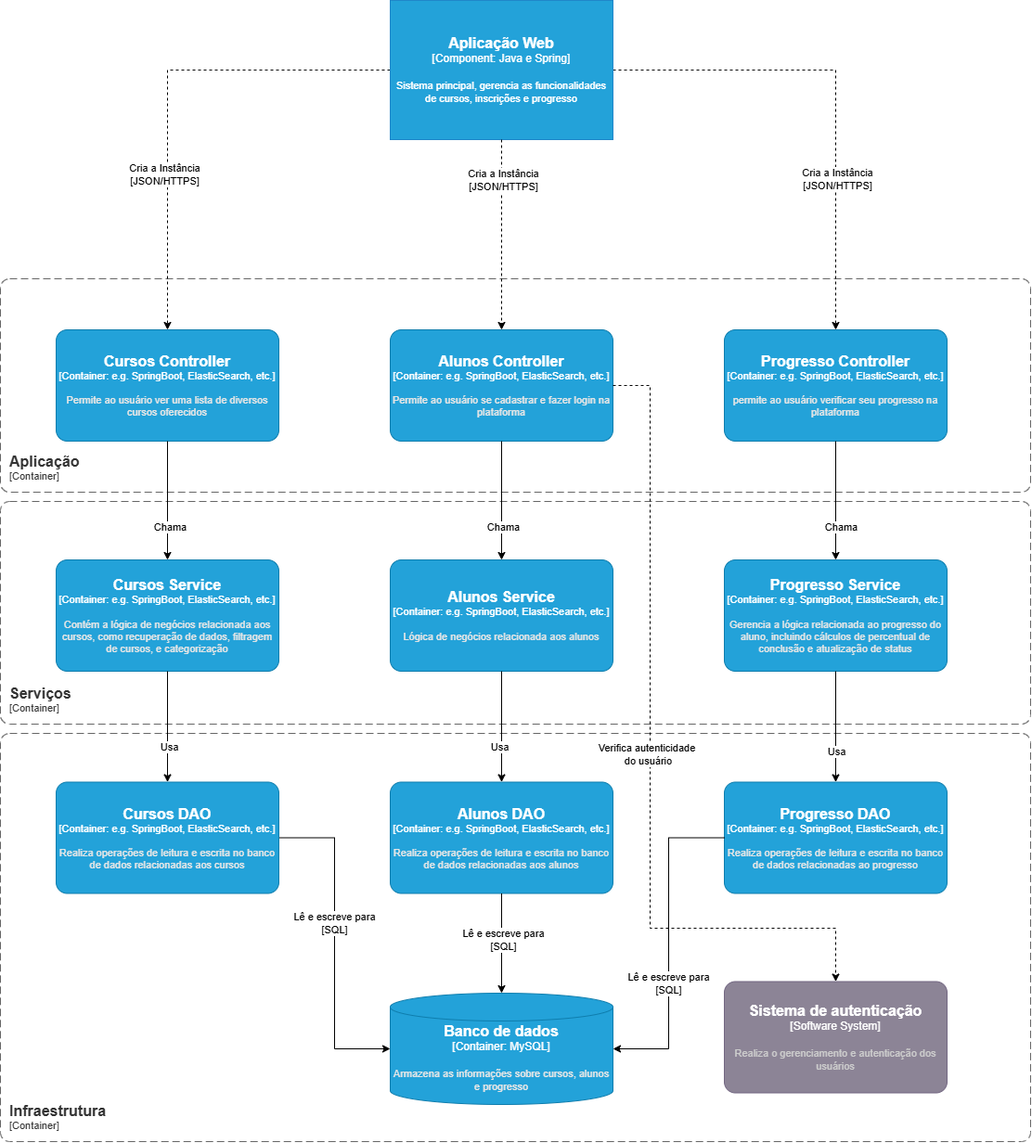
Before: img/componente.png, a diagram exported from draw.io (Lkaazz/plataforma-cursos-c4model). Source tidied: cells renumbered, new cells last; positions are measured from the earlier drawing's top-left corner, leaving out a move shared by most shapes.
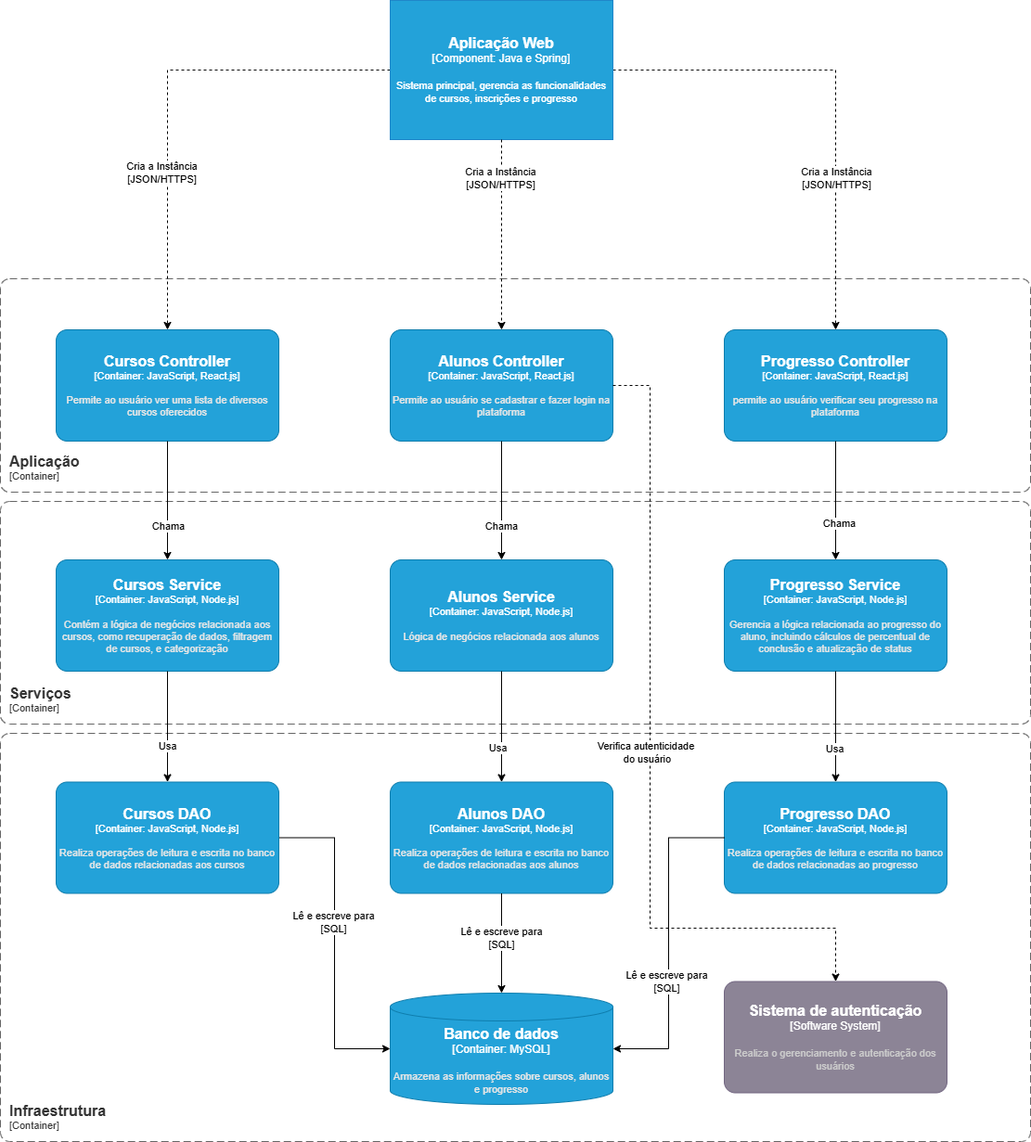
Above is the later version.

Diff of the diagram source:
```diff
@@ -17,27 +17,27 @@
         <mxGeometry x="420" y="1070" width="240" height="120" as="geometry" />
       </mxCell>
     </object>
-    <object id="5" label="&lt;font style=&quot;font-size: 16px&quot;&gt;&lt;b&gt;%c4Name%&lt;/b&gt;&lt;/font&gt;&lt;div&gt;[%c4Type%: %c4Technology%]&lt;/div&gt;&lt;br&gt;&lt;div&gt;&lt;font style=&quot;font-size: 11px&quot;&gt;&lt;font color=&quot;#E6E6E6&quot;&gt;%c4Description%&lt;/font&gt;&lt;/div&gt;" c4Description="Permite ao usuário ver uma lista de diversos cursos oferecidos" c4Name="Cursos Controller" c4Technology="e.g. SpringBoot, ElasticSearch, etc." c4Type="Container" placeholders="1">
+    <object id="5" label="&lt;font style=&quot;font-size: 16px&quot;&gt;&lt;b&gt;%c4Name%&lt;/b&gt;&lt;/font&gt;&lt;div&gt;[%c4Type%: %c4Technology%]&lt;/div&gt;&lt;br&gt;&lt;div&gt;&lt;font style=&quot;font-size: 11px&quot;&gt;&lt;font color=&quot;#E6E6E6&quot;&gt;%c4Description%&lt;/font&gt;&lt;/div&gt;" c4Description="Permite ao usuário ver uma lista de diversos cursos oferecidos" c4Name="Cursos Controller" c4Technology="JavaScript, React.js" c4Type="Container" placeholders="1">
       <mxCell style="rounded=1;whiteSpace=wrap;html=1;fontSize=11;labelBackgroundColor=none;fillColor=#23A2D9;fontColor=#ffffff;align=center;arcSize=10;strokeColor=#0E7DAD;points=[[0.25,0,0],[0.5,0,0],[0.75,0,0],[1,0.25,0],[1,0.5,0],[1,0.75,0],[0.75,1,0],[0.5,1,0],[0.25,1,0],[0,0.75,0],[0,0.5,0],[0,0.25,0]];" parent="1" vertex="1">
         <mxGeometry x="60" y="355" width="240" height="120" as="geometry" />
       </mxCell>
     </object>
-    <object id="6" label="&lt;font style=&quot;font-size: 16px&quot;&gt;&lt;b&gt;%c4Name%&lt;/b&gt;&lt;/font&gt;&lt;div&gt;[%c4Type%: %c4Technology%]&lt;/div&gt;&lt;br&gt;&lt;div&gt;&lt;font style=&quot;font-size: 11px&quot;&gt;&lt;font color=&quot;#E6E6E6&quot;&gt;%c4Description%&lt;/font&gt;&lt;/div&gt;" c4Description="Permite ao usuário se cadastrar e fazer login na plataforma" c4Name="Alunos Controller" c4Technology="e.g. SpringBoot, ElasticSearch, etc." c4Type="Container" placeholders="1">
+    <object id="6" label="&lt;font style=&quot;font-size: 16px&quot;&gt;&lt;b&gt;%c4Name%&lt;/b&gt;&lt;/font&gt;&lt;div&gt;[%c4Type%: %c4Technology%]&lt;/div&gt;&lt;br&gt;&lt;div&gt;&lt;font style=&quot;font-size: 11px&quot;&gt;&lt;font color=&quot;#E6E6E6&quot;&gt;%c4Description%&lt;/font&gt;&lt;/div&gt;" c4Description="Permite ao usuário se cadastrar e fazer login na plataforma" c4Name="Alunos Controller" c4Technology="JavaScript, React.js" c4Type="Container" placeholders="1">
       <mxCell style="rounded=1;whiteSpace=wrap;html=1;fontSize=11;labelBackgroundColor=none;fillColor=#23A2D9;fontColor=#ffffff;align=center;arcSize=10;strokeColor=#0E7DAD;points=[[0.25,0,0],[0.5,0,0],[0.75,0,0],[1,0.25,0],[1,0.5,0],[1,0.75,0],[0.75,1,0],[0.5,1,0],[0.25,1,0],[0,0.75,0],[0,0.5,0],[0,0.25,0]];" parent="1" vertex="1">
         <mxGeometry x="420" y="355" width="240" height="120" as="geometry" />
       </mxCell>
     </object>
-    <object id="7" label="&lt;font style=&quot;font-size: 16px&quot;&gt;&lt;b&gt;%c4Name%&lt;/b&gt;&lt;/font&gt;&lt;div&gt;[%c4Type%: %c4Technology%]&lt;/div&gt;&lt;br&gt;&lt;div&gt;&lt;font style=&quot;font-size: 11px&quot;&gt;&lt;font color=&quot;#E6E6E6&quot;&gt;%c4Description%&lt;/font&gt;&lt;/div&gt;" c4Description="Contém a lógica de negócios relacionada aos cursos, como recuperação de dados, filtragem de cursos, e categorização" c4Name="Cursos Service" c4Technology="e.g. SpringBoot, ElasticSearch, etc." c4Type="Container" placeholders="1">
+    <object id="7" label="&lt;font style=&quot;font-size: 16px&quot;&gt;&lt;b&gt;%c4Name%&lt;/b&gt;&lt;/font&gt;&lt;div&gt;[%c4Type%: %c4Technology%]&lt;/div&gt;&lt;br&gt;&lt;div&gt;&lt;font style=&quot;font-size: 11px&quot;&gt;&lt;font color=&quot;#E6E6E6&quot;&gt;%c4Description%&lt;/font&gt;&lt;/div&gt;" c4Description="Contém a lógica de negócios relacionada aos cursos, como recuperação de dados, filtragem de cursos, e categorização" c4Name="Cursos Service" c4Technology="JavaScript, Node.js" c4Type="Container" placeholders="1">
       <mxCell style="rounded=1;whiteSpace=wrap;html=1;fontSize=11;labelBackgroundColor=none;fillColor=#23A2D9;fontColor=#ffffff;align=center;arcSize=10;strokeColor=#0E7DAD;points=[[0.25,0,0],[0.5,0,0],[0.75,0,0],[1,0.25,0],[1,0.5,0],[1,0.75,0],[0.75,1,0],[0.5,1,0],[0.25,1,0],[0,0.75,0],[0,0.5,0],[0,0.25,0]];" parent="1" vertex="1">
         <mxGeometry x="60" y="603" width="240" height="120" as="geometry" />
       </mxCell>
     </object>
-    <object id="8" label="&lt;font style=&quot;font-size: 16px&quot;&gt;&lt;b&gt;%c4Name%&lt;/b&gt;&lt;/font&gt;&lt;div&gt;[%c4Type%: %c4Technology%]&lt;/div&gt;&lt;br&gt;&lt;div&gt;&lt;font style=&quot;font-size: 11px&quot;&gt;&lt;font color=&quot;#E6E6E6&quot;&gt;%c4Description%&lt;/font&gt;&lt;/div&gt;" c4Description="Lógica de negócios relacionada aos alunos" c4Name="Alunos Service" c4Technology="e.g. SpringBoot, ElasticSearch, etc." c4Type="Container" placeholders="1">
+    <object id="8" label="&lt;font style=&quot;font-size: 16px&quot;&gt;&lt;b&gt;%c4Name%&lt;/b&gt;&lt;/font&gt;&lt;div&gt;[%c4Type%: %c4Technology%]&lt;/div&gt;&lt;br&gt;&lt;div&gt;&lt;font style=&quot;font-size: 11px&quot;&gt;&lt;font color=&quot;#E6E6E6&quot;&gt;%c4Description%&lt;/font&gt;&lt;/div&gt;" c4Description="Lógica de negócios relacionada aos alunos" c4Name="Alunos Service" c4Technology="JavaScript, Node.js" c4Type="Container" placeholders="1">
       <mxCell style="rounded=1;whiteSpace=wrap;html=1;fontSize=11;labelBackgroundColor=none;fillColor=#23A2D9;fontColor=#ffffff;align=center;arcSize=10;strokeColor=#0E7DAD;points=[[0.25,0,0],[0.5,0,0],[0.75,0,0],[1,0.25,0],[1,0.5,0],[1,0.75,0],[0.75,1,0],[0.5,1,0],[0.25,1,0],[0,0.75,0],[0,0.5,0],[0,0.25,0]];" parent="1" vertex="1">
         <mxGeometry x="420" y="603" width="240" height="120" as="geometry" />
       </mxCell>
     </object>
-    <object id="9" label="&lt;font style=&quot;font-size: 16px&quot;&gt;&lt;b&gt;%c4Name%&lt;/b&gt;&lt;/font&gt;&lt;div&gt;[%c4Type%: %c4Technology%]&lt;/div&gt;&lt;br&gt;&lt;div&gt;&lt;font style=&quot;font-size: 11px&quot;&gt;&lt;font color=&quot;#E6E6E6&quot;&gt;%c4Description%&lt;/font&gt;&lt;/div&gt;" c4Description="Realiza operações de leitura e escrita no banco de dados relacionadas aos alunos" c4Name="Alunos DAO" c4Technology="e.g. SpringBoot, ElasticSearch, etc." c4Type="Container" placeholders="1">
+    <object id="9" label="&lt;font style=&quot;font-size: 16px&quot;&gt;&lt;b&gt;%c4Name%&lt;/b&gt;&lt;/font&gt;&lt;div&gt;[%c4Type%: %c4Technology%]&lt;/div&gt;&lt;br&gt;&lt;div&gt;&lt;font style=&quot;font-size: 11px&quot;&gt;&lt;font color=&quot;#E6E6E6&quot;&gt;%c4Description%&lt;/font&gt;&lt;/div&gt;" c4Description="Realiza operações de leitura e escrita no banco de dados relacionadas aos alunos" c4Name="Alunos DAO" c4Technology="JavaScript, Node.js" c4Type="Container" placeholders="1">
       <mxCell style="rounded=1;whiteSpace=wrap;html=1;fontSize=11;labelBackgroundColor=none;fillColor=#23A2D9;fontColor=#ffffff;align=center;arcSize=10;strokeColor=#0E7DAD;points=[[0.25,0,0],[0.5,0,0],[0.75,0,0],[1,0.25,0],[1,0.5,0],[1,0.75,0],[0.75,1,0],[0.5,1,0],[0.25,1,0],[0,0.75,0],[0,0.5,0],[0,0.25,0]];" parent="1" vertex="1">
         <mxGeometry x="420" y="842.5" width="240" height="120" as="geometry" />
       </mxCell>
@@ -48,22 +48,22 @@
     <mxCell id="11" value="Lê e escreve para&lt;div&gt;[SQL]&lt;/div&gt;" style="edgeLabel;html=1;align=center;verticalAlign=middle;" parent="10" vertex="1">
       <mxGeometry x="-0.13" y="-2" relative="1" as="geometry" />
     </mxCell>
-    <object id="12" label="&lt;font style=&quot;font-size: 16px&quot;&gt;&lt;b&gt;%c4Name%&lt;/b&gt;&lt;/font&gt;&lt;div&gt;[%c4Type%: %c4Technology%]&lt;/div&gt;&lt;br&gt;&lt;div&gt;&lt;font style=&quot;font-size: 11px&quot;&gt;&lt;font color=&quot;#E6E6E6&quot;&gt;%c4Description%&lt;/font&gt;&lt;/div&gt;" c4Description="Realiza operações de leitura e escrita no banco de dados relacionadas aos cursos" c4Name="Cursos DAO" c4Technology="e.g. SpringBoot, ElasticSearch, etc." c4Type="Container" placeholders="1">
+    <object id="12" label="&lt;font style=&quot;font-size: 16px&quot;&gt;&lt;b&gt;%c4Name%&lt;/b&gt;&lt;/font&gt;&lt;div&gt;[%c4Type%: %c4Technology%]&lt;/div&gt;&lt;br&gt;&lt;div&gt;&lt;font style=&quot;font-size: 11px&quot;&gt;&lt;font color=&quot;#E6E6E6&quot;&gt;%c4Description%&lt;/font&gt;&lt;/div&gt;" c4Description="Realiza operações de leitura e escrita no banco de dados relacionadas aos cursos" c4Name="Cursos DAO" c4Technology="JavaScript, Node.js" c4Type="Container" placeholders="1">
       <mxCell style="rounded=1;whiteSpace=wrap;html=1;fontSize=11;labelBackgroundColor=none;fillColor=#23A2D9;fontColor=#ffffff;align=center;arcSize=10;strokeColor=#0E7DAD;points=[[0.25,0,0],[0.5,0,0],[0.75,0,0],[1,0.25,0],[1,0.5,0],[1,0.75,0],[0.75,1,0],[0.5,1,0],[0.25,1,0],[0,0.75,0],[0,0.5,0],[0,0.25,0]];" parent="1" vertex="1">
         <mxGeometry x="60" y="842.5" width="240" height="120" as="geometry" />
       </mxCell>
     </object>
-    <object id="13" label="&lt;font style=&quot;font-size: 16px&quot;&gt;&lt;b&gt;%c4Name%&lt;/b&gt;&lt;/font&gt;&lt;div&gt;[%c4Type%: %c4Technology%]&lt;/div&gt;&lt;br&gt;&lt;div&gt;&lt;font style=&quot;font-size: 11px&quot;&gt;&lt;font color=&quot;#E6E6E6&quot;&gt;%c4Description%&lt;/font&gt;&lt;/div&gt;" c4Description="permite ao usuário verificar seu progresso na plataforma" c4Name="Progresso Controller" c4Technology="e.g. SpringBoot, ElasticSearch, etc." c4Type="Container" placeholders="1">
+    <object id="13" label="&lt;font style=&quot;font-size: 16px&quot;&gt;&lt;b&gt;%c4Name%&lt;/b&gt;&lt;/font&gt;&lt;div&gt;[%c4Type%: %c4Technology%]&lt;/div&gt;&lt;br&gt;&lt;div&gt;&lt;font style=&quot;font-size: 11px&quot;&gt;&lt;font color=&quot;#E6E6E6&quot;&gt;%c4Description%&lt;/font&gt;&lt;/div&gt;" c4Description="permite ao usuário verificar seu progresso na plataforma" c4Name="Progresso Controller" c4Technology="JavaScript, React.js" c4Type="Container" placeholders="1">
       <mxCell style="rounded=1;whiteSpace=wrap;html=1;fontSize=11;labelBackgroundColor=none;fillColor=#23A2D9;fontColor=#ffffff;align=center;arcSize=10;strokeColor=#0E7DAD;points=[[0.25,0,0],[0.5,0,0],[0.75,0,0],[1,0.25,0],[1,0.5,0],[1,0.75,0],[0.75,1,0],[0.5,1,0],[0.25,1,0],[0,0.75,0],[0,0.5,0],[0,0.25,0]];" parent="1" vertex="1">
         <mxGeometry x="780" y="355" width="240" height="120" as="geometry" />
       </mxCell>
     </object>
-    <object id="14" label="&lt;font style=&quot;font-size: 16px&quot;&gt;&lt;b&gt;%c4Name%&lt;/b&gt;&lt;/font&gt;&lt;div&gt;[%c4Type%: %c4Technology%]&lt;/div&gt;&lt;br&gt;&lt;div&gt;&lt;font style=&quot;font-size: 11px&quot;&gt;&lt;font color=&quot;#E6E6E6&quot;&gt;%c4Description%&lt;/font&gt;&lt;/div&gt;" c4Description="Gerencia a lógica relacionada ao progresso do aluno, incluindo cálculos de percentual de conclusão e atualização de status" c4Name="Progresso Service" c4Technology="e.g. SpringBoot, ElasticSearch, etc." c4Type="Container" placeholders="1">
+    <object id="14" label="&lt;font style=&quot;font-size: 16px&quot;&gt;&lt;b&gt;%c4Name%&lt;/b&gt;&lt;/font&gt;&lt;div&gt;[%c4Type%: %c4Technology%]&lt;/div&gt;&lt;br&gt;&lt;div&gt;&lt;font style=&quot;font-size: 11px&quot;&gt;&lt;font color=&quot;#E6E6E6&quot;&gt;%c4Description%&lt;/font&gt;&lt;/div&gt;" c4Description="Gerencia a lógica relacionada ao progresso do aluno, incluindo cálculos de percentual de conclusão e atualização de status" c4Name="Progresso Service" c4Technology="JavaScript, Node.js" c4Type="Container" placeholders="1">
       <mxCell style="rounded=1;whiteSpace=wrap;html=1;fontSize=11;labelBackgroundColor=none;fillColor=#23A2D9;fontColor=#ffffff;align=center;arcSize=10;strokeColor=#0E7DAD;points=[[0.25,0,0],[0.5,0,0],[0.75,0,0],[1,0.25,0],[1,0.5,0],[1,0.75,0],[0.75,1,0],[0.5,1,0],[0.25,1,0],[0,0.75,0],[0,0.5,0],[0,0.25,0]];" parent="1" vertex="1">
         <mxGeometry x="780" y="603" width="240" height="120" as="geometry" />
       </mxCell>
     </object>
-    <object id="15" label="&lt;font style=&quot;font-size: 16px&quot;&gt;&lt;b&gt;%c4Name%&lt;/b&gt;&lt;/font&gt;&lt;div&gt;[%c4Type%: %c4Technology%]&lt;/div&gt;&lt;br&gt;&lt;div&gt;&lt;font style=&quot;font-size: 11px&quot;&gt;&lt;font color=&quot;#E6E6E6&quot;&gt;%c4Description%&lt;/font&gt;&lt;/div&gt;" c4Description="Realiza operações de leitura e escrita no banco de dados relacionadas ao progresso" c4Name="Progresso DAO" c4Technology="e.g. SpringBoot, ElasticSearch, etc." c4Type="Container" placeholders="1">
+    <object id="15" label="&lt;font style=&quot;font-size: 16px&quot;&gt;&lt;b&gt;%c4Name%&lt;/b&gt;&lt;/font&gt;&lt;div&gt;[%c4Type%: %c4Technology%]&lt;/div&gt;&lt;br&gt;&lt;div&gt;&lt;font style=&quot;font-size: 11px&quot;&gt;&lt;font color=&quot;#E6E6E6&quot;&gt;%c4Description%&lt;/font&gt;&lt;/div&gt;" c4Description="Realiza operações de leitura e escrita no banco de dados relacionadas ao progresso" c4Name="Progresso DAO" c4Technology="JavaScript, Node.js" c4Type="Container" placeholders="1">
       <mxCell style="rounded=1;whiteSpace=wrap;html=1;fontSize=11;labelBackgroundColor=none;fillColor=#23A2D9;fontColor=#ffffff;align=center;arcSize=10;strokeColor=#0E7DAD;points=[[0.25,0,0],[0.5,0,0],[0.75,0,0],[1,0.25,0],[1,0.5,0],[1,0.75,0],[0.75,1,0],[0.5,1,0],[0.25,1,0],[0,0.75,0],[0,0.5,0],[0,0.25,0]];" parent="1" vertex="1">
         <mxGeometry x="780" y="842.5" width="240" height="120" as="geometry" />
       </mxCell>
```
